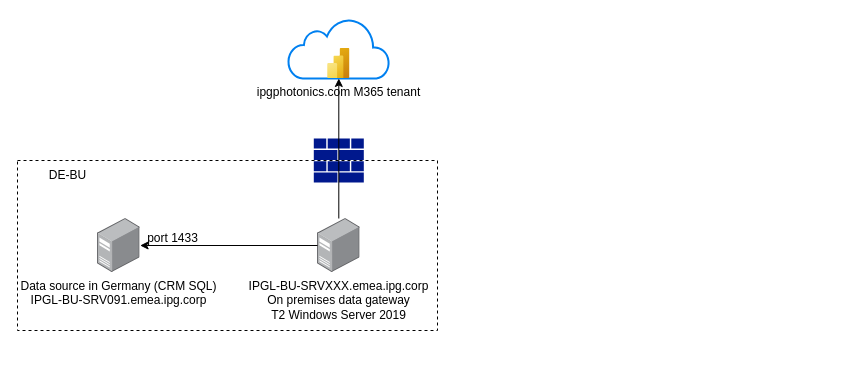
Above: random drawings.drawio in Damup1988/drawings (draw.io), before the change. Source tidied: cells renumbered, new cells numbered last; positions are measured from the earlier drawing's top-left corner, leaving out a move shared by most shapes. Both pictures are drawn from the tidied source at 100%, with x=0, y=0 at pixel (17, 18).
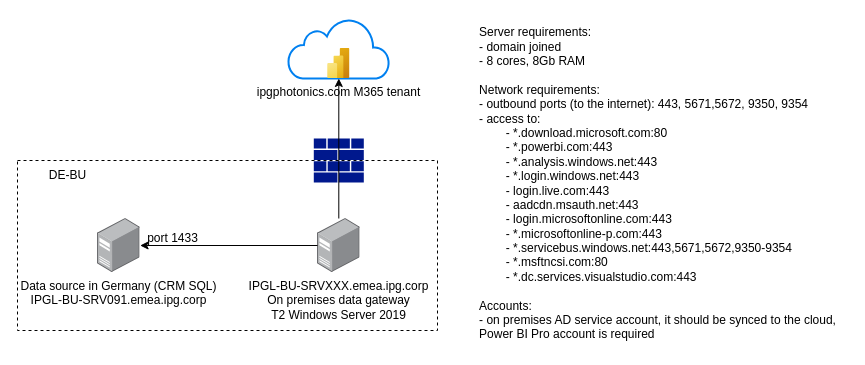
The same diagram, later.

The edit, as a diff of the source:
```diff
@@
 <mxGraphModel>
   <root>
     <mxCell id="0" />
     <mxCell id="1" parent="0" />
     <mxCell id="2" style="rounded=0;whiteSpace=wrap;html=1;dashed=1;" parent="1" vertex="1">
       <mxGeometry y="142" width="420" height="170" as="geometry" />
     </mxCell>
     <mxCell id="3" value="IPGL-BU-SRVXXX.emea.ipg.corp&lt;br&gt;On premises data gateway&lt;br&gt;T2 Windows Server 2019" style="image;points=[];html=1;align=center;shadow=0;dashed=0;image=img/lib/allied_telesis/computer_and_terminals/Server_Desktop.svg;" parent="1" vertex="1">
       <mxGeometry x="300" y="200" width="42.6" height="54" as="geometry" />
     </mxCell>
     <mxCell id="4" value="Data source in Germany (CRM SQL)&lt;br&gt;IPGL-BU-SRV091.emea.ipg.corp" style="image;points=[];html=1;align=center;shadow=0;dashed=0;image=img/lib/allied_telesis/computer_and_terminals/Server_Desktop.svg;" parent="1" vertex="1">
       <mxGeometry x="80" y="200" width="42.6" height="54" as="geometry" />
     </mxCell>
     <mxCell id="5" value="ipgphotonics.com M365 tenant" style="html=1;verticalLabelPosition=bottom;align=center;labelBackgroundColor=#ffffff;verticalAlign=top;strokeWidth=2;strokeColor=#0080F0;shadow=0;dashed=0;shape=mxgraph.ios7.icons.cloud;" parent="1" vertex="1">
       <mxGeometry x="270.7" width="101.2" height="60" as="geometry" />
     </mxCell>
     <mxCell id="6" style="sketch=0;shadow=0;dashed=0;html=1;strokeColor=none;labelPosition=center;verticalLabelPosition=bottom;verticalAlign=top;align=center;fillColor=#00188D;shape=mxgraph.mscae.enterprise.firewall;" parent="1" vertex="1">
       <mxGeometry x="296.3" y="120" width="50" height="44" as="geometry" />
     </mxCell>
     <mxCell id="7" style="endArrow=classic;html=1;rounded=0;" parent="1" edge="1" source="3" target="5">
       <mxGeometry relative="1" as="geometry" />
     </mxCell>
     <mxCell id="8" style="endArrow=classic;html=1;rounded=0;" parent="1" edge="1" source="3" target="4">
       <mxGeometry relative="1" as="geometry" />
     </mxCell>
     <mxCell id="9" style="image;html=1;align=center;fontSize=12;image=img/lib/azure2/analytics/Power_BI_Embedded.svg;" parent="1" vertex="1">
       <mxGeometry x="310.1" y="30" width="22.5" height="30" as="geometry" />
     </mxCell>
     <mxCell id="10" value="DE-BU" style="text;html=1;align=center;verticalAlign=middle;strokeColor=none;fillColor=none;" parent="1" vertex="1">
       <mxGeometry x="20" y="142" width="60" height="30" as="geometry" />
     </mxCell>
     <mxCell id="11" value="port 1433" style="text;html=1;align=center;verticalAlign=middle;strokeColor=none;fillColor=none;" parent="1" vertex="1">
       <mxGeometry x="120" y="205" width="70" height="30" as="geometry" />
     </mxCell>
+    <mxCell id="12" value="&lt;div style=&quot;text-align: left;&quot;&gt;&lt;span style=&quot;background-color: initial;&quot;&gt;Server requirements:&lt;/span&gt;&lt;/div&gt;&lt;div style=&quot;text-align: left;&quot;&gt;&lt;span style=&quot;background-color: initial;&quot;&gt;- domain joined&lt;/span&gt;&lt;/div&gt;&lt;div style=&quot;text-align: left;&quot;&gt;&lt;span style=&quot;background-color: initial;&quot;&gt;- 8 cores, 8Gb RAM&lt;/span&gt;&lt;/div&gt;&lt;div style=&quot;text-align: left;&quot;&gt;&lt;span style=&quot;background-color: initial;&quot;&gt;&lt;br&gt;&lt;/span&gt;&lt;/div&gt;&lt;div style=&quot;text-align: left;&quot;&gt;&lt;span style=&quot;background-color: initial;&quot;&gt;Network requirements:&lt;/span&gt;&lt;/div&gt;&lt;div style=&quot;text-align: left;&quot;&gt;- outbound ports (to the internet): 443, 5671,5672, 9350, 9354&lt;/div&gt;&lt;div style=&quot;text-align: left;&quot;&gt;- access to:&lt;/div&gt;&lt;div style=&quot;text-align: left;&quot;&gt;&lt;span style=&quot;white-space: pre;&quot;&gt;&#9;&lt;/span&gt;- *.download.microsoft.com:80&lt;br&gt;&lt;/div&gt;&lt;div style=&quot;text-align: left;&quot;&gt;&lt;span style=&quot;white-space: pre;&quot;&gt;&#9;&lt;/span&gt;- *.powerbi.com:443&lt;br&gt;&lt;/div&gt;&lt;div style=&quot;text-align: left;&quot;&gt;&lt;span style=&quot;white-space: pre;&quot;&gt;&#9;&lt;/span&gt;- *.analysis.windows.net:443&lt;br&gt;&lt;/div&gt;&lt;div style=&quot;text-align: left;&quot;&gt;&lt;span style=&quot;white-space: pre;&quot;&gt;&#9;&lt;/span&gt;- *.login.windows.net:443&lt;br&gt;&lt;/div&gt;&lt;div style=&quot;text-align: left;&quot;&gt;&lt;span style=&quot;white-space: pre;&quot;&gt;&#9;&lt;/span&gt;- login.live.com:443&lt;br&gt;&lt;/div&gt;&lt;div style=&quot;text-align: left;&quot;&gt;&lt;span style=&quot;white-space: pre;&quot;&gt;&#9;&lt;/span&gt;- aadcdn.msauth.net:443&lt;br&gt;&lt;/div&gt;&lt;div style=&quot;text-align: left;&quot;&gt;&lt;span style=&quot;white-space: pre;&quot;&gt;&#9;&lt;/span&gt;- login.microsoftonline.com:443&lt;br&gt;&lt;/div&gt;&lt;div style=&quot;text-align: left;&quot;&gt;&lt;span style=&quot;white-space: pre;&quot;&gt;&#9;&lt;/span&gt;- *.microsoftonline-p.com:443&lt;br&gt;&lt;/div&gt;&lt;div style=&quot;text-align: left;&quot;&gt;&lt;span style=&quot;white-space: pre;&quot;&gt;&#9;&lt;/span&gt;- *.servicebus.windows.net:443,5671,5672,9350-9354&lt;br&gt;&lt;/div&gt;&lt;div style=&quot;text-align: left;&quot;&gt;&lt;span style=&quot;white-space: pre;&quot;&gt;&#9;&lt;/span&gt;- *.msftncsi.com:80&lt;br&gt;&lt;/div&gt;&lt;div style=&quot;text-align: left;&quot;&gt;&lt;span style=&quot;white-space: pre;&quot;&gt;&#9;&lt;/span&gt;- *.dc.services.visualstudio.com:443&lt;br&gt;&lt;/div&gt;&lt;div style=&quot;text-align: left;&quot;&gt;&lt;br&gt;&lt;/div&gt;&lt;div style=&quot;text-align: left;&quot;&gt;Accounts:&lt;/div&gt;&lt;div style=&quot;text-align: left;&quot;&gt;- on premises AD service account, it should be synced to the cloud,&lt;/div&gt;&lt;div style=&quot;text-align: left;&quot;&gt;Power BI Pro account is required&lt;/div&gt;" style="text;html=1;align=center;verticalAlign=middle;strokeColor=none;fillColor=none;" parent="1" vertex="1">
+      <mxGeometry x="450" width="380" height="330" as="geometry" />
+    </mxCell>
   </root>
 </mxGraphModel>
```
